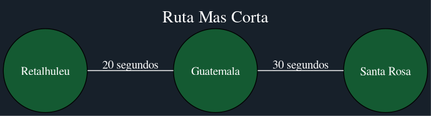
The Graphviz diagram Rapidito/ruta_mas_corta.png in Marco131-xel/Edd_Proyecto2, before a commit. Its source is kept beside it as Rapidito/ruta_mas_corta.dot.
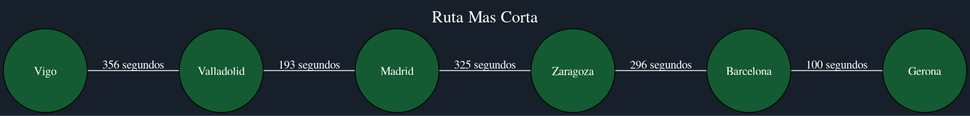
Above is the later version.

The edit, as a diff of the source:
```diff
@@ -7,11 +7,20 @@
   node [style=filled, fillcolor="#145a32", fontcolor="white", shape=circle, width=1.4, fixedsize=true];
   edge [color="white", fontcolor="white"];
   rankdir="LR";
-  "Retalhuleu";
-  "Retalhuleu";
-  "Retalhuleu" -- "Guatemala" [label="20 segundos"];
-  "Guatemala";
-  "Guatemala";
-  "Guatemala" -- "Santa Rosa" [label="30 segundos"];
-  "Santa Rosa";
+  "Vigo";
+  "Vigo";
+  "Vigo" -- "Valladolid" [label="356 segundos"];
+  "Valladolid";
+  "Valladolid";
+  "Valladolid" -- "Madrid" [label="193 segundos"];
+  "Madrid";
+  "Madrid";
+  "Madrid" -- "Zaragoza" [label="325 segundos"];
+  "Zaragoza";
+  "Zaragoza";
+  "Zaragoza" -- "Barcelona" [label="296 segundos"];
+  "Barcelona";
+  "Barcelona";
+  "Barcelona" -- "Gerona" [label="100 segundos"];
+  "Gerona";
 }
```
